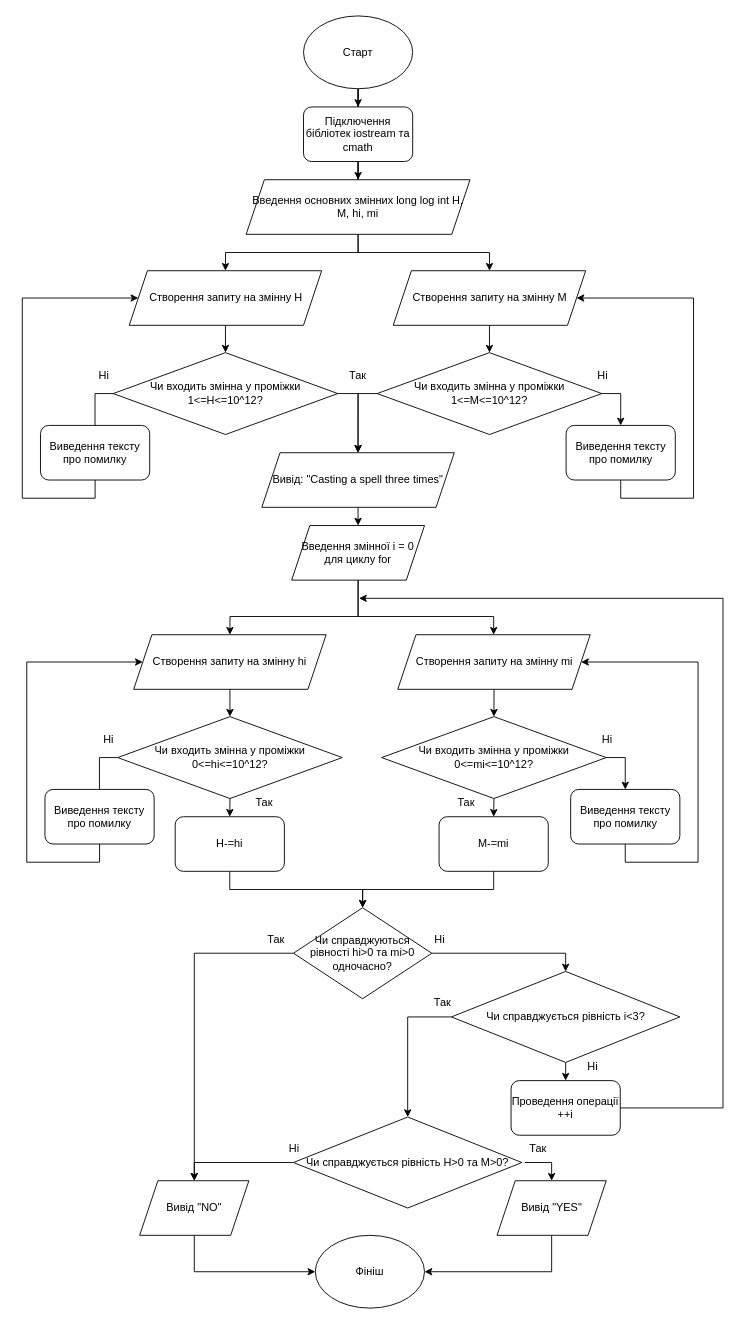
The draw.io diagram page "Сторінка-4" (4 of 7) of DianaHoshovska/Діаграма без назви.drawio in RomanSeniv2005/Ai-13-4-epic1, before the edit. Source tidied: cells renumbered, new cells numbered last; positions are measured from the earlier drawing's top-left corner, leaving out a move shared by most shapes. Both pictures are drawn from the tidied source at 91%, with x=0, y=0 at pixel (22, 15).
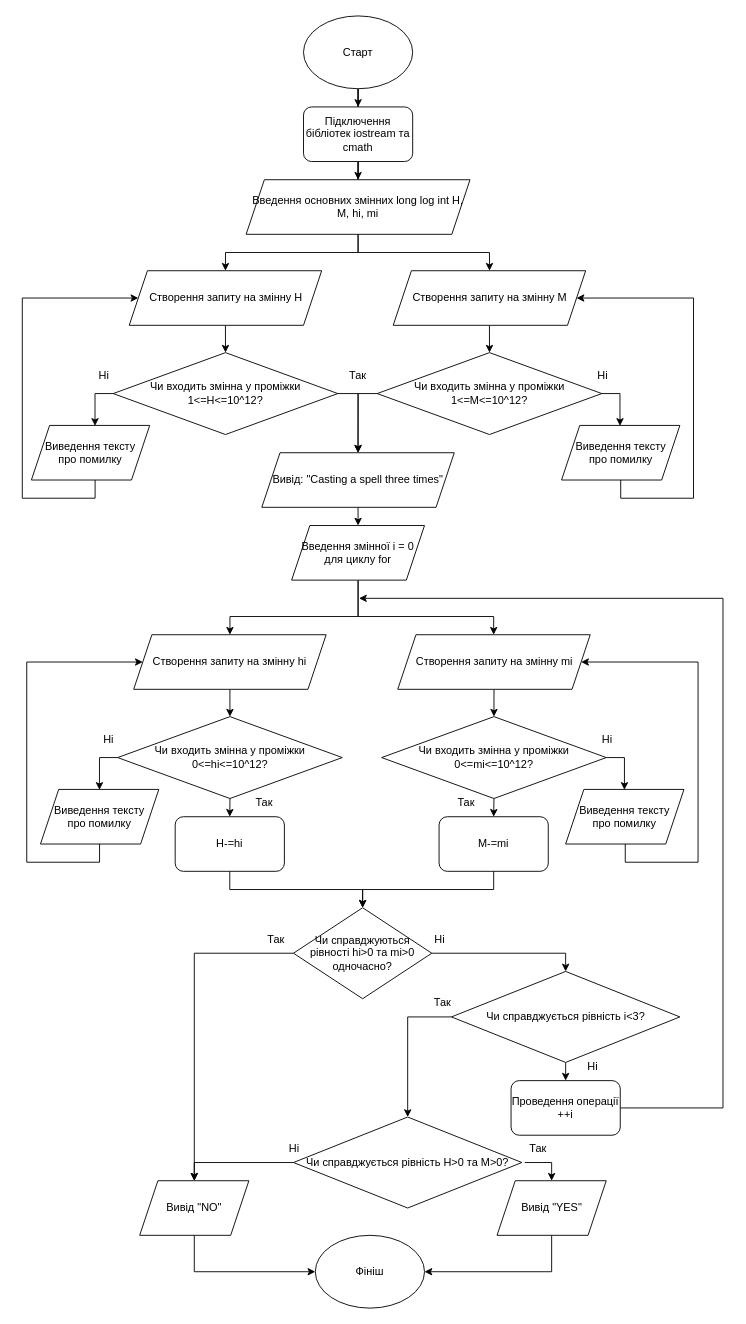
The same diagram, later.

The change refers to these unchanged cells:
```xml
<mxCell id="10" value="Створення запиту на змінну H" style="shape=parallelogram;perimeter=parallelogramPerimeter;whiteSpace=wrap;html=1;fixedSize=1;" parent="1" vertex="1">
  <mxGeometry x="117.5" y="280" width="211.5" height="60" as="geometry" />
</mxCell>
<mxCell id="14" value="Чи входить змінна у проміжки 1&amp;lt;=H&amp;lt;=10^12?" style="rhombus;whiteSpace=wrap;html=1;" parent="1" vertex="1">
  <mxGeometry x="99.9" y="370" width="246.8" height="90" as="geometry" />
</mxCell>
<mxCell id="16" value="Створення запиту на змінну M" style="shape=parallelogram;perimeter=parallelogramPerimeter;whiteSpace=wrap;html=1;fixedSize=1;" parent="1" vertex="1">
  <mxGeometry x="407.6" y="280" width="211.5" height="60" as="geometry" />
</mxCell>
<mxCell id="22" value="Чи входить змінна у проміжки 1&amp;lt;=M&amp;lt;=10^12?" style="rhombus;whiteSpace=wrap;html=1;" parent="1" vertex="1">
  <mxGeometry x="390" y="370" width="246.8" height="90" as="geometry" />
</mxCell>
<mxCell id="33" value="Створення запиту на змінну hi" style="shape=parallelogram;perimeter=parallelogramPerimeter;whiteSpace=wrap;html=1;fixedSize=1;" parent="1" vertex="1">
  <mxGeometry x="122.4" y="680" width="211.5" height="60" as="geometry" />
</mxCell>
<mxCell id="36" value="Чи входить змінна у проміжки 0&amp;lt;=hi&amp;lt;=10^12?" style="rhombus;whiteSpace=wrap;html=1;" parent="1" vertex="1">
  <mxGeometry x="104.8" y="770" width="246.8" height="90" as="geometry" />
</mxCell>
<mxCell id="38" value="Створення запиту на змінну mi" style="shape=parallelogram;perimeter=parallelogramPerimeter;whiteSpace=wrap;html=1;fixedSize=1;" parent="1" vertex="1">
  <mxGeometry x="412.6" y="680" width="211.5" height="60" as="geometry" />
</mxCell>
<mxCell id="44" value="Чи входить змінна у проміжки 0&amp;lt;=mi&amp;lt;=10^12?" style="rhombus;whiteSpace=wrap;html=1;" parent="1" vertex="1">
  <mxGeometry x="394.9" y="770" width="246.8" height="90" as="geometry" />
</mxCell>
```

Change to the diagram source:
```diff
@@
-    <mxCell id="12" style="edgeStyle=orthogonalEdgeStyle;rounded=0;jettySize=auto;html=1;exitX=0;exitY=0.5;exitDx=0;exitDy=0;entryX=0.5;entryY=0;entryDx=0;entryDy=0;" parent="1" edge="1" source="14" target="18">
-      <mxGeometry relative="1" as="geometry" />
+    <mxCell id="12" style="edgeStyle=orthogonalEdgeStyle;rounded=0;jettySize=auto;html=1;exitX=0;exitY=0.5;exitDx=0;exitDy=0;entryX=0.5;entryY=0;entryDx=0;entryDy=0;" parent="1" edge="1" source="14">
+      <mxGeometry relative="1" as="geometry">
+        <mxPoint x="80" y="450" as="targetPoint" />
+      </mxGeometry>
     </mxCell>
@@
-    <mxCell id="17" style="edgeStyle=orthogonalEdgeStyle;rounded=0;jettySize=auto;html=1;exitX=0.5;exitY=1;exitDx=0;exitDy=0;entryX=0;entryY=0.5;entryDx=0;entryDy=0;" parent="1" edge="1" source="18" target="10">
+    <mxCell id="17" style="edgeStyle=orthogonalEdgeStyle;rounded=0;jettySize=auto;html=1;exitX=0.5;exitY=1;exitDx=0;exitDy=0;entryX=0;entryY=0.5;entryDx=0;entryDy=0;" parent="1" edge="1" target="10">
       <mxGeometry relative="1" as="geometry">
+        <mxPoint x="80" y="510" as="sourcePoint" />
         <Array as="points">
           <mxPoint x="80" y="530" />
           <mxPoint y="530" />
           <mxPoint y="310" />
         </Array>
       </mxGeometry>
     </mxCell>
-    <mxCell id="18" value="Виведення тексту про помилку" style="rounded=1;whiteSpace=wrap;html=1;" parent="1" vertex="1">
-      <mxGeometry x="20" y="450" width="120" height="60" as="geometry" />
-    </mxCell>
@@
-    <mxCell id="20" style="edgeStyle=orthogonalEdgeStyle;rounded=0;jettySize=auto;html=1;exitX=1;exitY=0.5;exitDx=0;exitDy=0;entryX=0.5;entryY=0;entryDx=0;entryDy=0;" parent="1" edge="1" source="22" target="24">
-      <mxGeometry relative="1" as="geometry" />
+    <mxCell id="20" style="edgeStyle=orthogonalEdgeStyle;rounded=0;jettySize=auto;html=1;exitX=1;exitY=0.5;exitDx=0;exitDy=0;entryX=0.5;entryY=0;entryDx=0;entryDy=0;" parent="1" edge="1" source="22">
+      <mxGeometry relative="1" as="geometry">
+        <mxPoint x="657.6" y="450" as="targetPoint" />
+      </mxGeometry>
     </mxCell>
@@
-    <mxCell id="23" style="edgeStyle=orthogonalEdgeStyle;rounded=0;jettySize=auto;html=1;exitX=0.5;exitY=1;exitDx=0;exitDy=0;entryX=1;entryY=0.5;entryDx=0;entryDy=0;" parent="1" edge="1" source="24" target="16">
+    <mxCell id="23" style="edgeStyle=orthogonalEdgeStyle;rounded=0;jettySize=auto;html=1;exitX=0.5;exitY=1;exitDx=0;exitDy=0;entryX=1;entryY=0.5;entryDx=0;entryDy=0;" parent="1" edge="1" target="16">
       <mxGeometry relative="1" as="geometry">
+        <mxPoint x="657.6" y="510" as="sourcePoint" />
         <Array as="points">
           <mxPoint x="657.6" y="530" />
           <mxPoint x="737.6" y="530" />
           <mxPoint x="737.6" y="310" />
         </Array>
       </mxGeometry>
     </mxCell>
-    <mxCell id="24" value="Виведення тексту про помилку" style="rounded=1;whiteSpace=wrap;html=1;" parent="1" vertex="1">
-      <mxGeometry x="597.6" y="450" width="120" height="60" as="geometry" />
-    </mxCell>
@@
-    <mxCell id="35" style="edgeStyle=orthogonalEdgeStyle;rounded=0;jettySize=auto;html=1;exitX=0;exitY=0.5;exitDx=0;exitDy=0;entryX=0.5;entryY=0;entryDx=0;entryDy=0;" parent="1" edge="1" source="36" target="40">
-      <mxGeometry relative="1" as="geometry" />
+    <mxCell id="35" style="edgeStyle=orthogonalEdgeStyle;rounded=0;jettySize=auto;html=1;exitX=0;exitY=0.5;exitDx=0;exitDy=0;entryX=0.5;entryY=0;entryDx=0;entryDy=0;" parent="1" edge="1" source="36">
+      <mxGeometry relative="1" as="geometry">
+        <mxPoint x="84.9" y="850" as="targetPoint" />
+      </mxGeometry>
     </mxCell>
@@
-    <mxCell id="39" style="edgeStyle=orthogonalEdgeStyle;rounded=0;jettySize=auto;html=1;exitX=0.5;exitY=1;exitDx=0;exitDy=0;entryX=0;entryY=0.5;entryDx=0;entryDy=0;" parent="1" edge="1" source="40" target="33">
+    <mxCell id="39" style="edgeStyle=orthogonalEdgeStyle;rounded=0;jettySize=auto;html=1;exitX=0.5;exitY=1;exitDx=0;exitDy=0;entryX=0;entryY=0.5;entryDx=0;entryDy=0;" parent="1" edge="1" target="33">
       <mxGeometry relative="1" as="geometry">
+        <mxPoint x="84.9" y="910" as="sourcePoint" />
         <Array as="points">
           <mxPoint x="84.9" y="930" />
           <mxPoint x="4.9" y="930" />
           <mxPoint x="4.9" y="710" />
         </Array>
       </mxGeometry>
     </mxCell>
-    <mxCell id="40" value="Виведення тексту про помилку" style="rounded=1;whiteSpace=wrap;html=1;" parent="1" vertex="1">
-      <mxGeometry x="24.9" y="850" width="120" height="60" as="geometry" />
-    </mxCell>
@@
-    <mxCell id="42" style="edgeStyle=orthogonalEdgeStyle;rounded=0;jettySize=auto;html=1;exitX=1;exitY=0.5;exitDx=0;exitDy=0;entryX=0.5;entryY=0;entryDx=0;entryDy=0;" parent="1" edge="1" source="44" target="46">
-      <mxGeometry relative="1" as="geometry" />
+    <mxCell id="42" style="edgeStyle=orthogonalEdgeStyle;rounded=0;jettySize=auto;html=1;exitX=1;exitY=0.5;exitDx=0;exitDy=0;entryX=0.5;entryY=0;entryDx=0;entryDy=0;" parent="1" edge="1" source="44">
+      <mxGeometry relative="1" as="geometry">
+        <mxPoint x="662.6" y="850" as="targetPoint" />
+      </mxGeometry>
     </mxCell>
@@
-    <mxCell id="45" style="edgeStyle=orthogonalEdgeStyle;rounded=0;jettySize=auto;html=1;exitX=0.5;exitY=1;exitDx=0;exitDy=0;entryX=1;entryY=0.5;entryDx=0;entryDy=0;" parent="1" edge="1" source="46" target="38">
+    <mxCell id="45" style="edgeStyle=orthogonalEdgeStyle;rounded=0;jettySize=auto;html=1;exitX=0.5;exitY=1;exitDx=0;exitDy=0;entryX=1;entryY=0.5;entryDx=0;entryDy=0;" parent="1" edge="1" target="38">
       <mxGeometry relative="1" as="geometry">
+        <mxPoint x="662.6" y="910" as="sourcePoint" />
         <Array as="points">
           <mxPoint x="662.6" y="930" />
           <mxPoint x="742.6" y="930" />
           <mxPoint x="742.6" y="710" />
         </Array>
       </mxGeometry>
     </mxCell>
-    <mxCell id="46" value="Виведення тексту про помилку" style="rounded=1;whiteSpace=wrap;html=1;" parent="1" vertex="1">
-      <mxGeometry x="602.6" y="850" width="120" height="60" as="geometry" />
-    </mxCell>
@@
+    <mxCell id="75" value="Виведення тексту &lt;br&gt;про помилку" style="shape=parallelogram;perimeter=parallelogramPerimeter;whiteSpace=wrap;html=1;fixedSize=1;" parent="1" vertex="1">
+      <mxGeometry x="20" y="850" width="130" height="60" as="geometry" />
+    </mxCell>
+    <mxCell id="76" value="Виведення тексту &lt;br&gt;про помилку" style="shape=parallelogram;perimeter=parallelogramPerimeter;whiteSpace=wrap;html=1;fixedSize=1;" parent="1" vertex="1">
+      <mxGeometry x="10" y="450" width="130" height="60" as="geometry" />
+    </mxCell>
+    <mxCell id="77" value="Виведення тексту &lt;br&gt;про помилку" style="shape=parallelogram;perimeter=parallelogramPerimeter;whiteSpace=wrap;html=1;fixedSize=1;" parent="1" vertex="1">
+      <mxGeometry x="592.6" y="450" width="130" height="60" as="geometry" />
+    </mxCell>
+    <mxCell id="78" value="Виведення тексту &lt;br&gt;про помилку" style="shape=parallelogram;perimeter=parallelogramPerimeter;whiteSpace=wrap;html=1;fixedSize=1;" parent="1" vertex="1">
+      <mxGeometry x="597.1" y="850" width="130" height="60" as="geometry" />
+    </mxCell>
```
